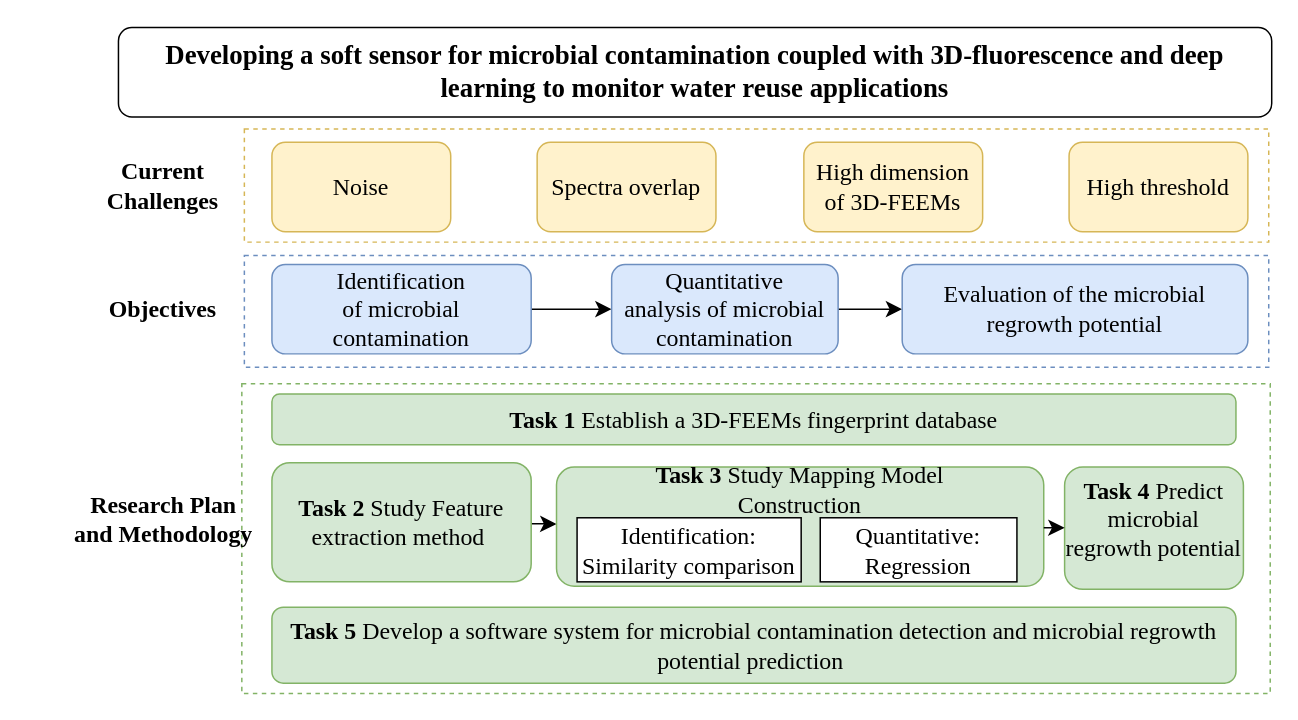
Before: hb_new.drawio in chbambooshoot/digram, a draw.io diagram. Source tidied: cells renumbered, new cells numbered last; positions are measured from the earlier drawing's top-left corner, leaving out a move shared by most shapes. Both pictures are drawn from the tidied source at 149%, with x=0, y=0 at pixel (31, 27).
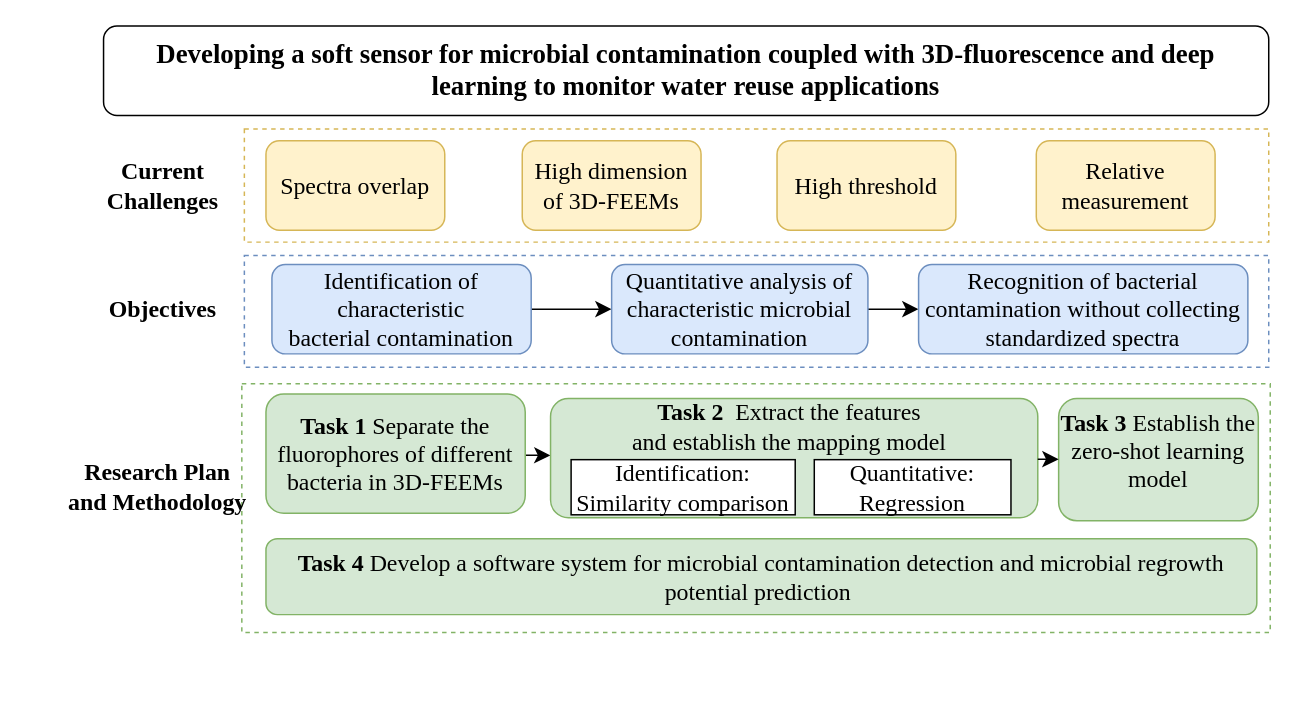
After the change.

The edit, as a diff of the source:
```diff
@@
     <mxCell id="4" style="rounded=0;whiteSpace=wrap;html=1;fontSize=16;fillStyle=zigzag-line;fillColor=none;dashed=1;strokeColor=#82B366;strokeWidth=1;fontFamily=Times New Roman;" parent="1" vertex="1">
-      <mxGeometry x="140.8" y="239" width="690.2" height="208" as="geometry" />
+      <mxGeometry x="140.8" y="239" width="690.2" height="167" as="geometry" />
     </mxCell>
-    <mxCell id="5" value="Noise" style="rounded=1;whiteSpace=wrap;html=1;fontSize=16;fillColor=#fff2cc;strokeColor=#d6b656;fontFamily=Times New Roman;" parent="1" vertex="1">
-      <mxGeometry x="161" y="77" width="120" height="60" as="geometry" />
+    <mxCell id="5" value="Relative measurement" style="rounded=1;whiteSpace=wrap;html=1;fontSize=16;fillColor=#fff2cc;strokeColor=#d6b656;fontFamily=Times New Roman;" parent="1" vertex="1">
+      <mxGeometry x="674" y="76" width="120" height="60" as="geometry" />
     </mxCell>
@@
     <mxCell id="8" value="Research&amp;nbsp;Plan &lt;br&gt;and Methodology" style="text;html=1;strokeColor=none;fillColor=none;align=center;verticalAlign=middle;whiteSpace=wrap;rounded=0;fontSize=16;fontStyle=1;fontFamily=Times New Roman;" parent="1" vertex="1">
-      <mxGeometry x="-0.5" y="315" width="177" height="30" as="geometry" />
+      <mxGeometry x="-4" y="293" width="177" height="30" as="geometry" />
     </mxCell>
     <mxCell id="9" value="Spectra overlap" style="rounded=1;whiteSpace=wrap;html=1;fontSize=16;fillColor=#fff2cc;strokeColor=#d6b656;fontFamily=Times New Roman;" parent="1" vertex="1">
-      <mxGeometry x="339" y="77" width="120" height="60" as="geometry" />
+      <mxGeometry x="157" y="76" width="120" height="60" as="geometry" />
     </mxCell>
     <mxCell id="10" value="High dimension of 3D-FEEMs" style="rounded=1;whiteSpace=wrap;html=1;fontSize=16;fillColor=#fff2cc;strokeColor=#d6b656;fontFamily=Times New Roman;" parent="1" vertex="1">
-      <mxGeometry x="518" y="77" width="120" height="60" as="geometry" />
+      <mxGeometry x="329" y="76" width="120" height="60" as="geometry" />
     </mxCell>
     <mxCell id="11" value="High threshold" style="rounded=1;whiteSpace=wrap;html=1;fontSize=16;fillColor=#fff2cc;strokeColor=#d6b656;fontFamily=Times New Roman;" parent="1" vertex="1">
-      <mxGeometry x="696" y="77" width="120" height="60" as="geometry" />
+      <mxGeometry x="500" y="76" width="120" height="60" as="geometry" />
     </mxCell>
@@
-    <mxCell id="13" value="Identification&lt;br&gt;of microbial contamination" style="rounded=1;whiteSpace=wrap;html=1;fontSize=16;fillColor=#dae8fc;strokeColor=#6c8ebf;fontFamily=Times New Roman;" parent="1" vertex="1">
+    <mxCell id="13" value="&lt;a name=&quot;OLE_LINK10&quot;&gt;&lt;span style=&quot;font-size:12.0pt;font-family:&amp;quot;Times New Roman&amp;quot;,serif;mso-fareast-font-family:&lt;br/&gt;等线;mso-fareast-theme-font:minor-fareast;mso-font-kerning:1.0pt;mso-ansi-language:&lt;br/&gt;EN-US;mso-fareast-language:ZH-CN;mso-bidi-language:AR-SA&quot; lang=&quot;EN-US&quot;&gt;Identification of characteristic&lt;br/&gt;bacterial contamination&lt;/span&gt;&lt;/a&gt;" style="rounded=1;whiteSpace=wrap;html=1;fontSize=16;fillColor=#dae8fc;strokeColor=#6c8ebf;fontFamily=Times New Roman;" parent="1" vertex="1">
       <mxGeometry x="161" y="159" width="174" height="60" as="geometry" />
     </mxCell>
@@
-    <mxCell id="15" value="Quantitative&lt;br&gt;analysis of microbial contamination" style="whiteSpace=wrap;html=1;fontSize=16;rounded=1;fillColor=#dae8fc;strokeColor=#6c8ebf;fontFamily=Times New Roman;" parent="1" vertex="1">
-      <mxGeometry x="389" y="159" width="152" height="60" as="geometry" />
+    <mxCell id="15" value="&lt;span style=&quot;font-size:12.0pt;font-family:&lt;br/&gt;&amp;quot;Times New Roman&amp;quot;,serif;mso-fareast-font-family:等线;mso-fareast-theme-font:minor-fareast;&lt;br/&gt;mso-font-kerning:1.0pt;mso-ansi-language:EN-US;mso-fareast-language:ZH-CN;&lt;br/&gt;mso-bidi-language:AR-SA&quot; lang=&quot;EN-US&quot;&gt;Quantitative analysis of characteristic microbial&lt;br/&gt;contamination&lt;/span&gt;" style="whiteSpace=wrap;html=1;fontSize=16;rounded=1;fillColor=#dae8fc;strokeColor=#6c8ebf;fontFamily=Times New Roman;" parent="1" vertex="1">
+      <mxGeometry x="389" y="159" width="172" height="60" as="geometry" />
     </mxCell>
-    <mxCell id="16" value="Evaluation&amp;nbsp;of the microbial regrowth potential" style="whiteSpace=wrap;html=1;fontSize=16;rounded=1;fillColor=#dae8fc;strokeColor=#6c8ebf;fontFamily=Times New Roman;" parent="1" vertex="1">
-      <mxGeometry x="584" y="159" width="232" height="60" as="geometry" />
+    <mxCell id="16" value="&lt;span style=&quot;font-size:12.0pt;font-family:&lt;br/&gt;&amp;quot;Times New Roman&amp;quot;,serif;mso-fareast-font-family:等线;mso-fareast-theme-font:minor-fareast;&lt;br/&gt;mso-font-kerning:1.0pt;mso-ansi-language:EN-US;mso-fareast-language:ZH-CN;&lt;br/&gt;mso-bidi-language:AR-SA&quot; lang=&quot;EN-US&quot;&gt;Recognition of bacterial contamination without collecting&lt;br/&gt;standardized spectra&lt;/span&gt;" style="whiteSpace=wrap;html=1;fontSize=16;rounded=1;fillColor=#dae8fc;strokeColor=#6c8ebf;fontFamily=Times New Roman;" parent="1" vertex="1">
+      <mxGeometry x="595" y="159" width="221" height="60" as="geometry" />
     </mxCell>
-    <mxCell id="17" value="&lt;b&gt;Task 1 &lt;/b&gt;Establish&amp;nbsp;a &lt;span style=&quot;font-size: 12pt;&quot; lang=&quot;EN-US&quot;&gt;3D-FEEMs &lt;/span&gt;&lt;span style=&quot;font-size:12.0pt;font-family:&lt;br/&gt;&amp;quot;Times New Roman&amp;quot;,serif;mso-fareast-font-family:PMingLiU;mso-font-kerning:1.0pt;&lt;br/&gt;mso-ansi-language:EN-US;mso-fareast-language:ZH-TW;mso-bidi-language:AR-SA&quot; lang=&quot;EN-US&quot;&gt;fingerprint database&lt;/span&gt;" style="rounded=1;whiteSpace=wrap;html=1;fontSize=16;fillColor=#d5e8d4;strokeColor=#82b366;fontFamily=Times New Roman;" parent="1" vertex="1">
-      <mxGeometry x="161" y="246" width="647" height="34" as="geometry" />
-    </mxCell>
@@
-    <mxCell id="19" value="&lt;b style=&quot;border-color: var(--border-color);&quot;&gt;Task 2 &lt;/b&gt;&lt;span style=&quot;border-color: var(--border-color);&quot;&gt;Study&amp;nbsp;&lt;/span&gt;Feature extraction method&amp;nbsp;" style="rounded=1;whiteSpace=wrap;html=1;fontSize=16;verticalAlign=middle;fillColor=#d5e8d4;strokeColor=#82b366;fontFamily=Times New Roman;" parent="1" vertex="1">
-      <mxGeometry x="161" y="292" width="174" height="80" as="geometry" />
+    <mxCell id="19" value="&lt;b style=&quot;border-color: var(--border-color);&quot;&gt;Task 1&amp;nbsp;&lt;/b&gt;&lt;span style=&quot;font-size:12.0pt;font-family:&lt;br/&gt;&amp;quot;Times New Roman&amp;quot;,serif;mso-fareast-font-family:等线;mso-fareast-theme-font:minor-fareast;&lt;br/&gt;mso-font-kerning:1.0pt;mso-ansi-language:EN-US;mso-fareast-language:ZH-CN;&lt;br/&gt;mso-bidi-language:AR-SA&quot; lang=&quot;EN-US&quot;&gt;Separate the fluorophores of different bacteria in&amp;nbsp;3D-FEEMs&lt;/span&gt;" style="rounded=1;whiteSpace=wrap;html=1;fontSize=16;verticalAlign=middle;fillColor=#d5e8d4;strokeColor=#82b366;fontFamily=Times New Roman;" parent="1" vertex="1">
+      <mxGeometry x="157" y="246" width="174" height="80" as="geometry" />
     </mxCell>
-    <mxCell id="20" value="&lt;b&gt;Task 5 &lt;/b&gt;Develop a software system for microbial contamination detection and microbial&amp;nbsp;regrowth potential prediction&amp;nbsp;" style="rounded=1;whiteSpace=wrap;html=1;fontSize=16;fillColor=#d5e8d4;strokeColor=#82b366;fontFamily=Times New Roman;" parent="1" vertex="1">
-      <mxGeometry x="161" y="389" width="647" height="51" as="geometry" />
+    <mxCell id="20" value="&lt;b&gt;Task 4&amp;nbsp;&lt;/b&gt;Develop a software system for microbial contamination detection and microbial&amp;nbsp;regrowth potential prediction&amp;nbsp;" style="rounded=1;whiteSpace=wrap;html=1;fontSize=16;fillColor=#d5e8d4;strokeColor=#82b366;fontFamily=Times New Roman;" parent="1" vertex="1">
+      <mxGeometry x="157" y="343" width="665" height="51" as="geometry" />
     </mxCell>
     <mxCell id="21" value="&lt;font style=&quot;font-size: 18px;&quot; face=&quot;Times New Roman&quot;&gt;&lt;a style=&quot;border-color: var(--border-color); text-align: left;&quot; name=&quot;OLE_LINK8&quot;&gt;&lt;b style=&quot;border-color: var(--border-color);&quot;&gt;Developing a soft&amp;nbsp;sensor for microbial contamination coupled with 3D-fluorescence and&amp;nbsp;&lt;/b&gt;&lt;/a&gt;&lt;a style=&quot;border-color: var(--border-color); text-align: left;&quot; name=&quot;OLE_LINK13&quot;&gt;&lt;b style=&quot;border-color: var(--border-color);&quot;&gt;deep learning&lt;/b&gt;&lt;/a&gt;&lt;span style=&quot;border-color: var(--border-color); text-align: left;&quot;&gt;&lt;b style=&quot;border-color: var(--border-color);&quot;&gt;&lt;span style=&quot;border-color: var(--border-color);&quot; lang=&quot;EN-US&quot;&gt;&amp;nbsp;&lt;/span&gt;&lt;/b&gt;&lt;/span&gt;&lt;b style=&quot;border-color: var(--border-color); text-align: left;&quot;&gt;&lt;span style=&quot;border-color: var(--border-color);&quot; lang=&quot;EN-US&quot;&gt;to monitor water&amp;nbsp;reuse applications&lt;/span&gt;&lt;/b&gt;&lt;/font&gt;" style="rounded=1;whiteSpace=wrap;html=1;fontSize=16;" parent="1" vertex="1">
-      <mxGeometry x="58" width="774" height="60" as="geometry" />
+      <mxGeometry x="48" y="-1" width="782" height="60" as="geometry" />
     </mxCell>
     <mxCell id="22" style="group;" parent="1" vertex="1">
-      <mxGeometry x="352" y="295" width="354" height="80" as="geometry" />
+      <mxGeometry x="348" y="249" width="354" height="80" as="geometry" />
     </mxCell>
@@
-    <mxCell id="24" value="&lt;b style=&quot;border-color: var(--border-color);&quot;&gt;Task 3&amp;nbsp;&lt;/b&gt;&lt;span style=&quot;border-color: var(--border-color);&quot;&gt;Study&amp;nbsp;&lt;/span&gt;Mapping Model Construction" style="text;html=1;strokeColor=none;fillColor=none;align=center;verticalAlign=middle;whiteSpace=wrap;rounded=0;fontSize=16;fontFamily=Times New Roman;" parent="22" vertex="1">
-      <mxGeometry x="42.9" width="241.2" height="30" as="geometry" />
+    <mxCell id="24" value="&lt;b style=&quot;border-color: var(--border-color);&quot;&gt;Task 2&amp;nbsp;&lt;/b&gt;&lt;span style=&quot;font-size:12.0pt;font-family:&amp;quot;Times New Roman&amp;quot;,serif;&lt;br/&gt;mso-fareast-font-family:等线;mso-fareast-theme-font:minor-fareast;mso-font-kerning:&lt;br/&gt;1.0pt;mso-ansi-language:EN-US;mso-fareast-language:ZH-CN;mso-bidi-language:&lt;br/&gt;AR-SA&quot;&gt;&amp;nbsp;&lt;span lang=&quot;EN-US&quot;&gt;Extract the features&lt;br/&gt;and establish the mapping model&lt;/span&gt;&lt;/span&gt;" style="text;html=1;strokeColor=none;fillColor=none;align=center;verticalAlign=middle;whiteSpace=wrap;rounded=0;fontSize=16;fontFamily=Times New Roman;" parent="22" vertex="1">
+      <mxGeometry y="4" width="321" height="30" as="geometry" />
     </mxCell>
     <mxCell id="25" value="Identification: Similarity&amp;nbsp;comparison" style="rounded=0;whiteSpace=wrap;html=1;fontSize=16;fontFamily=Times New Roman;" parent="22" vertex="1">
-      <mxGeometry x="13.8" y="34" width="150.4" height="43" as="geometry" />
+      <mxGeometry x="13.8" y="41" width="150.4" height="37" as="geometry" />
     </mxCell>
     <mxCell id="26" value="Quantitative: &lt;br&gt;Regression" style="rounded=0;whiteSpace=wrap;html=1;fontSize=16;fontFamily=Times New Roman;" parent="22" vertex="1">
-      <mxGeometry x="177" y="34" width="132" height="43" as="geometry" />
+      <mxGeometry x="177" y="41" width="132" height="37" as="geometry" />
     </mxCell>
-    <mxCell id="27" value="&lt;b&gt;Task 4&amp;nbsp;&lt;/b&gt;Predict&lt;br/&gt;microbial regrowth potential" style="whiteSpace=wrap;html=1;fontSize=16;fontFamily=Times New Roman;verticalAlign=top;fillColor=#d5e8d4;strokeColor=#82b366;rounded=1;" parent="1" vertex="1">
-      <mxGeometry x="693" y="295" width="120" height="82" as="geometry" />
+    <mxCell id="27" value="&lt;b&gt;Task 3&amp;nbsp;&lt;/b&gt;&lt;span style=&quot;font-size:12.0pt;font-family:&lt;br/&gt;&amp;quot;Times New Roman&amp;quot;,serif;mso-fareast-font-family:等线;mso-fareast-theme-font:minor-fareast;&lt;br/&gt;mso-font-kerning:1.0pt;mso-ansi-language:EN-US;mso-fareast-language:ZH-CN;&lt;br/&gt;mso-bidi-language:AR-SA&quot; lang=&quot;EN-US&quot;&gt;Establish the zero-shot learning model&lt;/span&gt;" style="whiteSpace=wrap;html=1;fontSize=16;fontFamily=Times New Roman;verticalAlign=top;fillColor=#d5e8d4;strokeColor=#82b366;rounded=1;" parent="1" vertex="1">
+      <mxGeometry x="689" y="249" width="134" height="82" as="geometry" />
     </mxCell>
```
